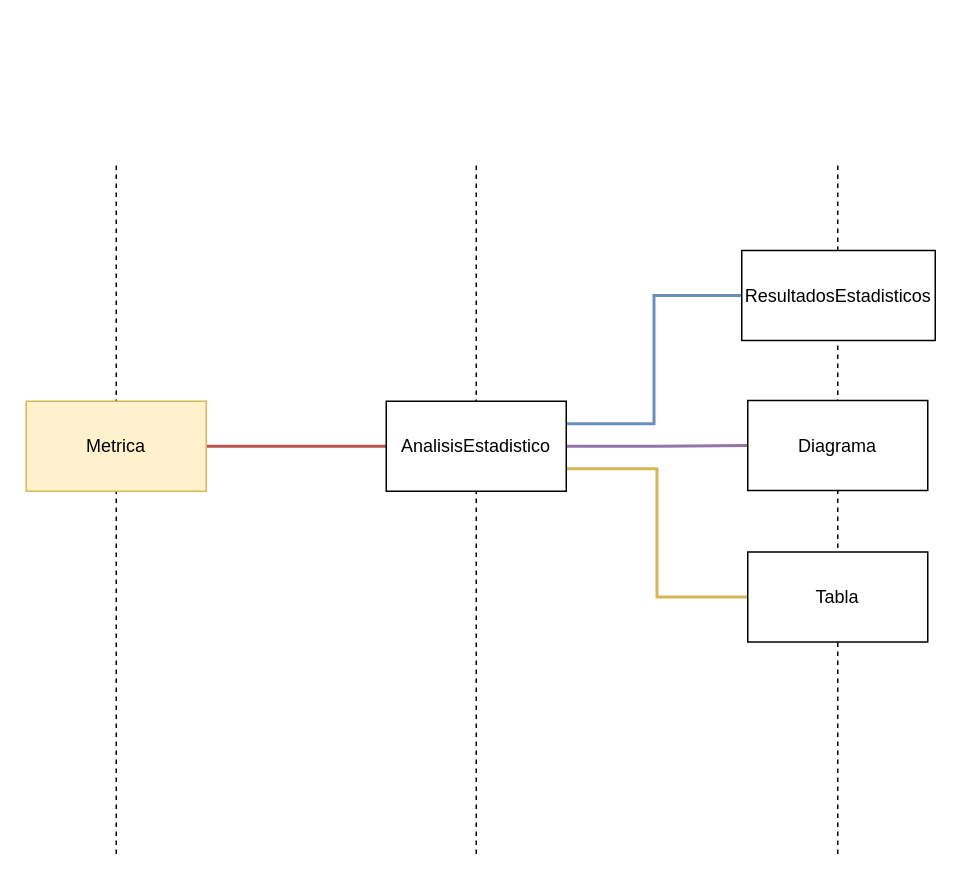
The draw.io diagram page "EventStormingMapingStadistics" (13 of 14) of CoTasker_BoundedContext.drawio in Migue1409-KP/DOO-working-group, before the edit. Source tidied: cells renumbered, new cells numbered last; positions are measured from the earlier drawing's top-left corner, leaving out a move shared by most shapes. Both pictures are drawn from the tidied source at 150%, with x=0, y=0 at pixel (26, 162).
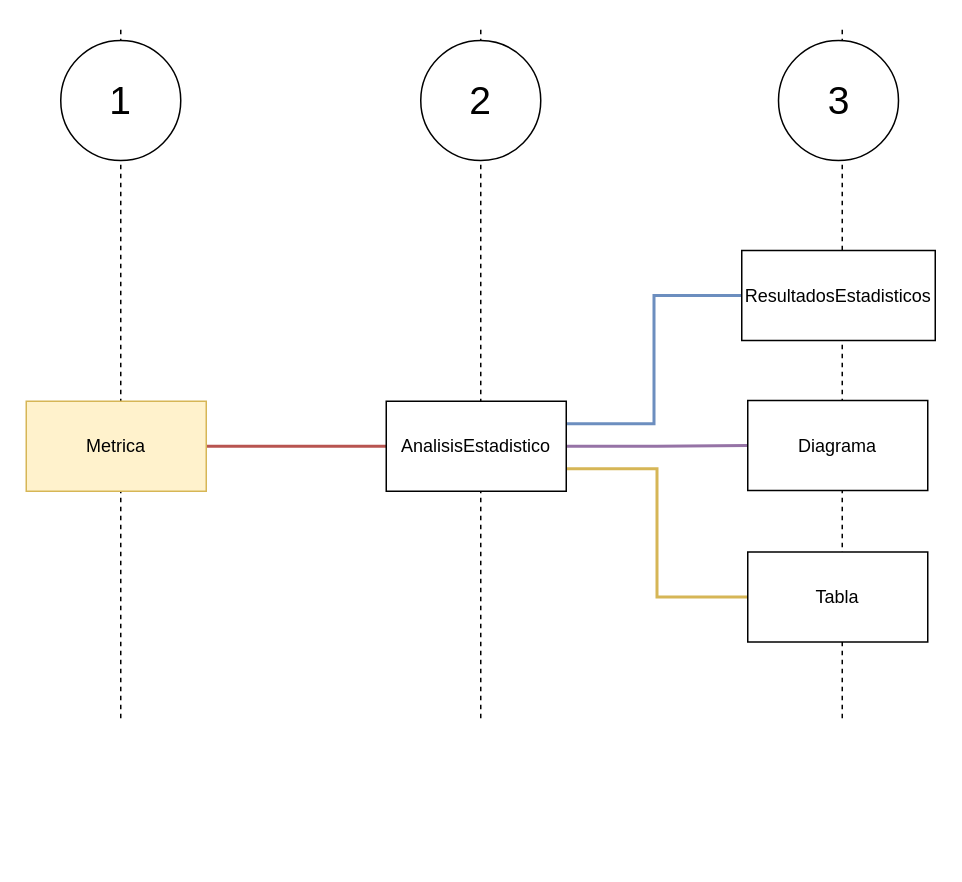
The same diagram, later.

Diff of the diagram source:
```diff
@@
 <mxGraphModel>
   <root>
     <mxCell id="0" />
     <mxCell id="1" parent="0" />
     <mxCell id="2" style="endArrow=none;dashed=1;html=1;rounded=0;" parent="1" edge="1">
       <mxGeometry relative="1" as="geometry">
-        <mxPoint x="541" y="460.8" as="sourcePoint" />
-        <mxPoint x="541" as="targetPoint" />
+        <mxPoint x="544" y="370.3" as="sourcePoint" />
+        <mxPoint x="544" y="-90.5" as="targetPoint" />
       </mxGeometry>
     </mxCell>
     <mxCell id="3" style="endArrow=none;dashed=1;html=1;rounded=0;" parent="1" edge="1">
       <mxGeometry relative="1" as="geometry">
-        <mxPoint x="300" y="460.8" as="sourcePoint" />
-        <mxPoint x="300" as="targetPoint" />
+        <mxPoint x="303" y="370.3" as="sourcePoint" />
+        <mxPoint x="303" y="-90.5" as="targetPoint" />
       </mxGeometry>
     </mxCell>
     <mxCell id="4" style="endArrow=none;dashed=1;html=1;rounded=0;" parent="1" edge="1">
       <mxGeometry relative="1" as="geometry">
-        <mxPoint x="60" y="460.8" as="sourcePoint" />
-        <mxPoint x="60" as="targetPoint" />
+        <mxPoint x="63" y="370.3" as="sourcePoint" />
+        <mxPoint x="63" y="-90.5" as="targetPoint" />
       </mxGeometry>
     </mxCell>
     <mxCell id="5" style="edgeStyle=orthogonalEdgeStyle;rounded=0;jettySize=auto;html=1;exitX=1;exitY=0.5;exitDx=0;exitDy=0;entryX=0;entryY=0.5;entryDx=0;entryDy=0;endArrow=none;endFill=0;fillColor=#f8cecc;strokeColor=#b85450;strokeWidth=2;" parent="1" edge="1" source="6" target="10">
       <mxGeometry relative="1" as="geometry" />
     </mxCell>
     <mxCell id="6" value="Metrica" style="rounded=0;whiteSpace=wrap;html=1;fillColor=#fff2cc;strokeColor=#d6b656;" parent="1" vertex="1">
       <mxGeometry y="159" width="120" height="60" as="geometry" />
     </mxCell>
     <mxCell id="7" style="edgeStyle=orthogonalEdgeStyle;rounded=0;jettySize=auto;html=1;exitX=1;exitY=0.25;exitDx=0;exitDy=0;entryX=0;entryY=0.5;entryDx=0;entryDy=0;endArrow=none;endFill=0;fillColor=#dae8fc;strokeColor=#6c8ebf;strokeWidth=2;" parent="1" edge="1" source="10" target="13">
       <mxGeometry relative="1" as="geometry" />
     </mxCell>
     <mxCell id="8" style="edgeStyle=orthogonalEdgeStyle;rounded=0;jettySize=auto;html=1;exitX=1;exitY=0.5;exitDx=0;exitDy=0;entryX=0;entryY=0.5;entryDx=0;entryDy=0;endArrow=none;endFill=0;fillColor=#e1d5e7;strokeColor=#9673a6;strokeWidth=2;" parent="1" edge="1" source="10" target="11">
       <mxGeometry relative="1" as="geometry" />
     </mxCell>
     <mxCell id="9" style="edgeStyle=orthogonalEdgeStyle;rounded=0;jettySize=auto;html=1;exitX=1;exitY=0.75;exitDx=0;exitDy=0;entryX=0;entryY=0.5;entryDx=0;entryDy=0;fillColor=#fff2cc;strokeColor=#d6b656;endArrow=none;endFill=0;strokeWidth=2;" parent="1" edge="1" source="10" target="12">
       <mxGeometry relative="1" as="geometry" />
     </mxCell>
     <mxCell id="10" value="AnalisisEstadistico" style="rounded=0;whiteSpace=wrap;html=1;" parent="1" vertex="1">
       <mxGeometry x="240" y="159" width="120" height="60" as="geometry" />
     </mxCell>
     <mxCell id="11" value="Diagrama" style="rounded=0;whiteSpace=wrap;html=1;" parent="1" vertex="1">
       <mxGeometry x="481" y="158.5" width="120" height="60" as="geometry" />
     </mxCell>
     <mxCell id="12" value="Tabla" style="rounded=0;whiteSpace=wrap;html=1;" parent="1" vertex="1">
       <mxGeometry x="481" y="259.5" width="120" height="60" as="geometry" />
     </mxCell>
     <mxCell id="13" value="ResultadosEstadisticos" style="rounded=0;whiteSpace=wrap;html=1;" parent="1" vertex="1">
       <mxGeometry x="477" y="58.5" width="129" height="60" as="geometry" />
     </mxCell>
+    <mxCell id="14" value="&lt;font style=&quot;font-size: 26px;&quot;&gt;1&lt;/font&gt;" style="ellipse;whiteSpace=wrap;html=1;" parent="1" vertex="1">
+      <mxGeometry x="23" y="-81.5" width="80" height="80" as="geometry" />
+    </mxCell>
+    <mxCell id="15" value="&lt;font style=&quot;font-size: 26px;&quot;&gt;2&lt;/font&gt;" style="ellipse;whiteSpace=wrap;html=1;" parent="1" vertex="1">
+      <mxGeometry x="263" y="-81.5" width="80" height="80" as="geometry" />
+    </mxCell>
+    <mxCell id="16" value="&lt;font style=&quot;font-size: 26px;&quot;&gt;3&lt;/font&gt;" style="ellipse;whiteSpace=wrap;html=1;" parent="1" vertex="1">
+      <mxGeometry x="501.5" y="-81.5" width="80" height="80" as="geometry" />
+    </mxCell>
   </root>
 </mxGraphModel>
```
